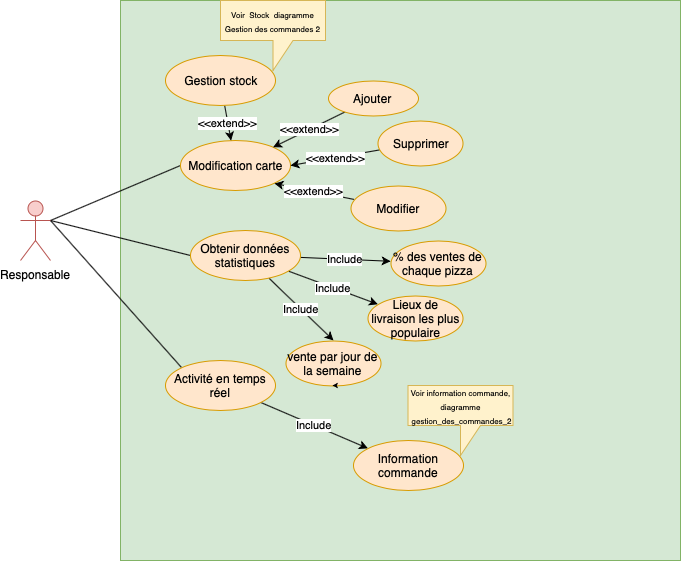
The draw.io diagram PNG/Untitled Diagram_Context.drawio-2-3-5 00.36.11-Gestion_administrative.png in AxlMi/OC_Project4, before a commit. Source tidied: cells renumbered, new cells last; positions are measured from the earlier drawing's top-left corner, leaving out a move shared by most shapes.
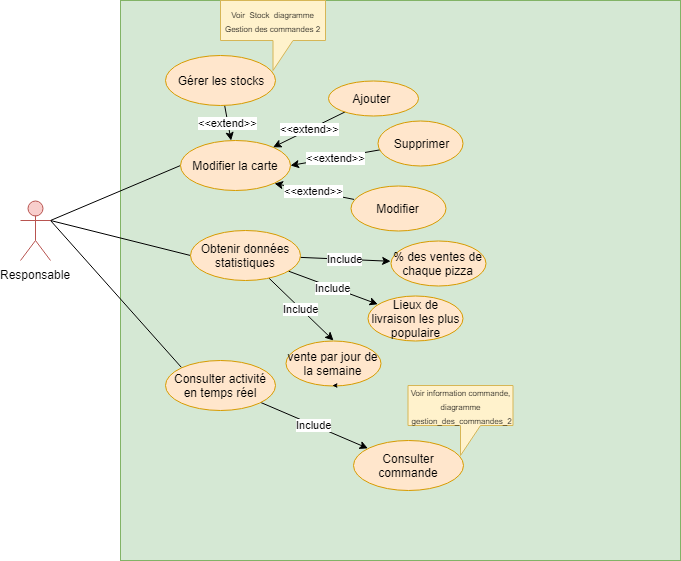
The same diagram one commit later.

The edit, as a diff of the source:
```diff
@@ -17,7 +17,7 @@
     <mxCell id="6" value="Responsable&lt;br&gt;&lt;br&gt;" style="shape=umlActor;verticalLabelPosition=bottom;labelBackgroundColor=#ffffff;verticalAlign=top;html=1;outlineConnect=0;fillColor=#f8cecc;strokeColor=#b85450;" parent="1" vertex="1">
       <mxGeometry y="200" width="30" height="60" as="geometry" />
     </mxCell>
-    <mxCell id="7" value="Modification carte" style="ellipse;whiteSpace=wrap;html=1;fillColor=#ffe6cc;strokeColor=#d79b00;" parent="1" vertex="1">
+    <mxCell id="7" value="Modifier la carte" style="ellipse;whiteSpace=wrap;html=1;fillColor=#ffe6cc;strokeColor=#d79b00;" parent="1" vertex="1">
       <mxGeometry x="160" y="140" width="110" height="50" as="geometry" />
     </mxCell>
     <mxCell id="8" value="Include" style="edgeStyle=none;rounded=0;jettySize=auto;html=1;startArrow=none;startFill=0;endArrow=classic;endFill=1;" parent="1" edge="1" source="11" target="20">
@@ -35,7 +35,7 @@
     <mxCell id="12" value="Include" style="edgeStyle=none;rounded=0;jettySize=auto;html=1;startArrow=none;startFill=0;endArrow=classic;endFill=1;" parent="1" edge="1" source="13" target="24">
       <mxGeometry relative="1" as="geometry" />
     </mxCell>
-    <mxCell id="13" value="Activité en temps réel" style="ellipse;whiteSpace=wrap;html=1;fillColor=#ffe6cc;strokeColor=#d79b00;" parent="1" vertex="1">
+    <mxCell id="13" value="Consulter activité en temps réel" style="ellipse;whiteSpace=wrap;html=1;fillColor=#ffe6cc;strokeColor=#d79b00;" parent="1" vertex="1">
       <mxGeometry x="145" y="360" width="110" height="50" as="geometry" />
     </mxCell>
     <mxCell id="14" value="&amp;lt;&amp;lt;extend&amp;gt;&amp;gt;" style="edgeStyle=none;rounded=0;jettySize=auto;html=1;startArrow=none;startFill=0;endArrow=classic;endFill=1;" parent="1" edge="1" source="15" target="7">
@@ -68,7 +68,7 @@
     <mxCell id="23" style="edgeStyle=none;rounded=0;orthogonalLoop=1;jettySize=auto;html=1;exitX=0.5;exitY=1;exitDx=0;exitDy=0;startArrow=none;startFill=0;endArrow=classic;endFill=1;" parent="1" edge="1" source="22" target="22">
       <mxGeometry relative="1" as="geometry" />
     </mxCell>
-    <mxCell id="24" value="Information commande" style="ellipse;whiteSpace=wrap;html=1;fillColor=#ffe6cc;strokeColor=#d79b00;" parent="1" vertex="1">
+    <mxCell id="24" value="Consulter commande" style="ellipse;whiteSpace=wrap;html=1;fillColor=#ffe6cc;strokeColor=#d79b00;" parent="1" vertex="1">
       <mxGeometry x="332.5" y="440" width="110" height="50" as="geometry" />
     </mxCell>
     <mxCell id="25" value="&lt;span&gt;&lt;font style=&quot;font-size: 8px&quot;&gt;Voir information commande, diagramme &amp;nbsp;gestion_des_commandes_2&lt;/font&gt;&lt;/span&gt;" style="shape=callout;whiteSpace=wrap;html=1;perimeter=calloutPerimeter;fillColor=#fff2cc;strokeColor=#d6b656;" parent="1" vertex="1">
@@ -77,7 +77,7 @@
     <mxCell id="26" value="&amp;lt;&amp;lt;extend&amp;gt;&amp;gt;" style="rounded=0;jettySize=auto;html=1;" parent="1" edge="1" source="27" target="7">
       <mxGeometry relative="1" as="geometry" />
     </mxCell>
-    <mxCell id="27" value="Gestion stock" style="ellipse;whiteSpace=wrap;html=1;fillColor=#ffe6cc;strokeColor=#d79b00;" parent="1" vertex="1">
+    <mxCell id="27" value="Gérer les stocks" style="ellipse;whiteSpace=wrap;html=1;fillColor=#ffe6cc;strokeColor=#d79b00;" parent="1" vertex="1">
       <mxGeometry x="145" y="55" width="110" height="50" as="geometry" />
     </mxCell>
     <mxCell id="28" value="&lt;span&gt;&lt;font style=&quot;font-size: 8px&quot;&gt;Voir &amp;nbsp;Stock &amp;nbsp;diagramme Gestion des commandes 2&lt;/font&gt;&lt;/span&gt;" style="shape=callout;whiteSpace=wrap;html=1;perimeter=calloutPerimeter;fillColor=#fff2cc;strokeColor=#d6b656;" parent="1" vertex="1">
```
